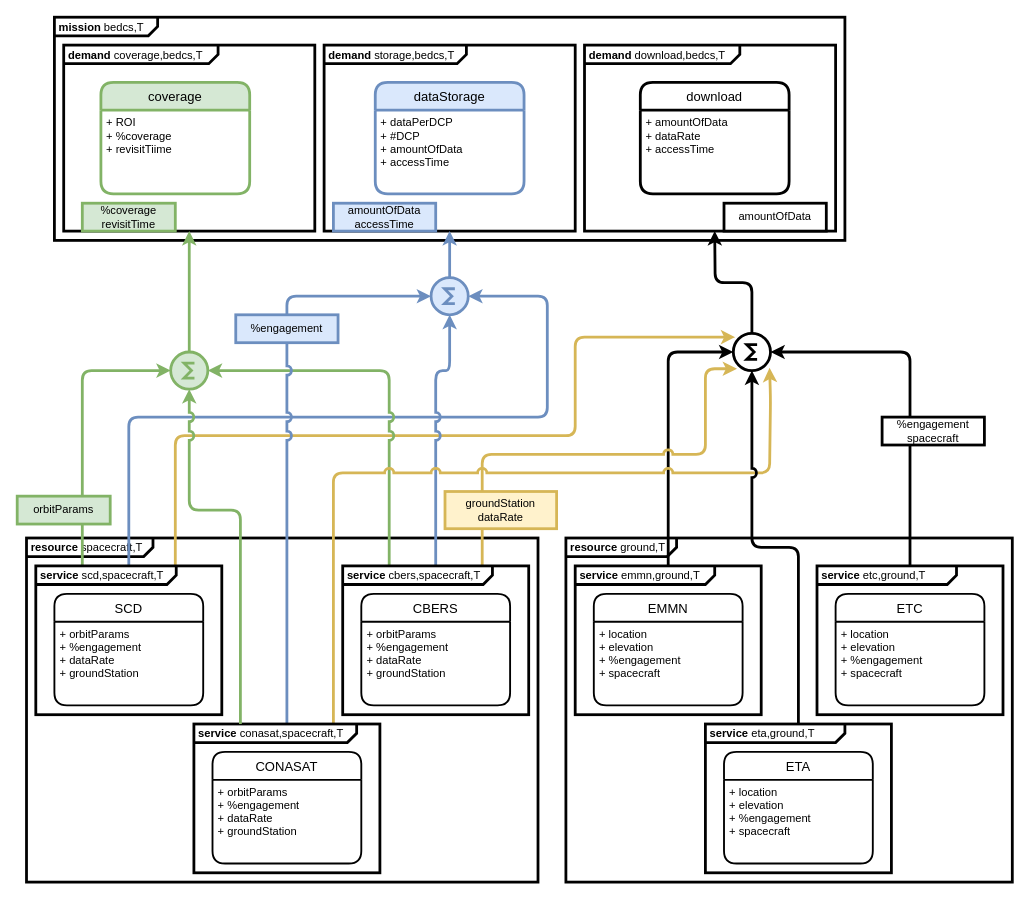
This is page "bedcs" (2 of 2) of resourceServiceDemandsMission.drawio from clgbatista/phdModelling, a draw.io file, before an edit. Source tidied: cells renumbered, new cells numbered last; positions are measured from the earlier drawing's top-left corner, leaving out a move shared by most shapes. Both pictures are drawn from the tidied source at 93%, with x=0, y=0 at pixel (17, 17).
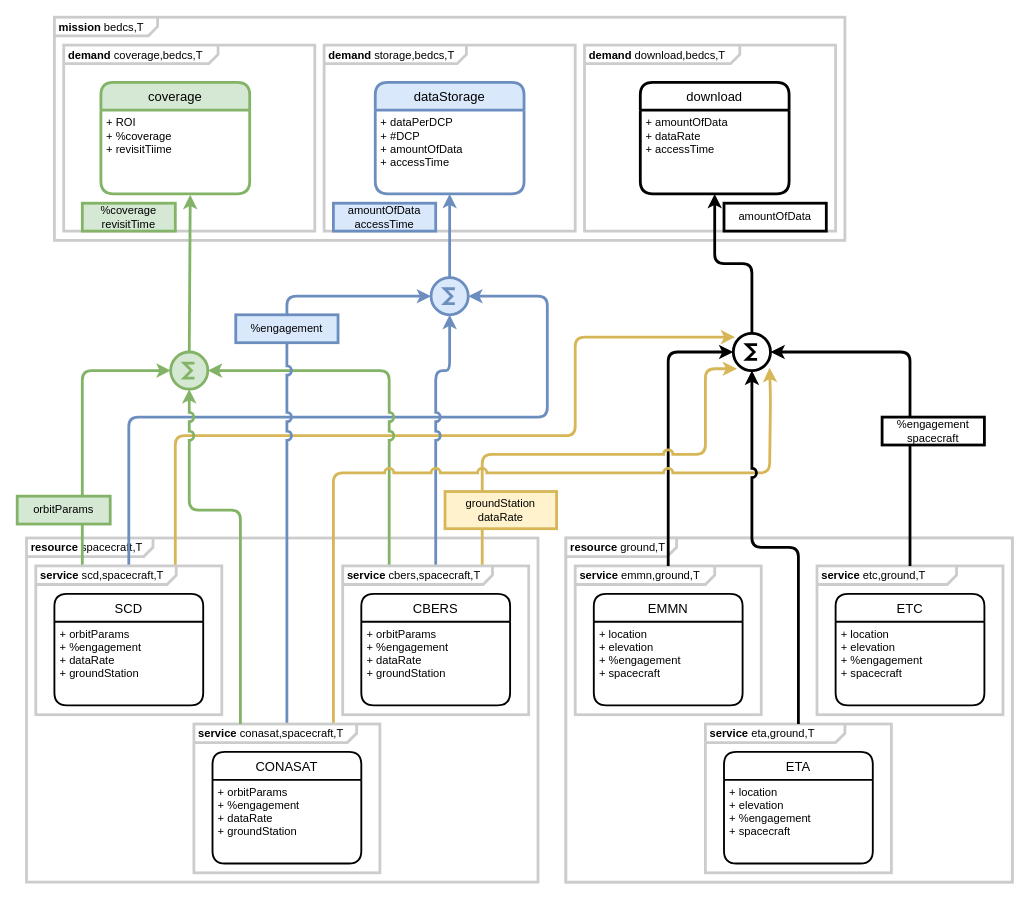
The same diagram, later.

Unchanged cells that the change refers to:
```xml
<mxCell id="32" value="dataStorage" style="swimlane;horizontal=1;startSize=30;rounded=1;fontSize=14;fontStyle=0;strokeWidth=3;shadow=0;dashed=0;align=center;fillColor=#dae8fc;strokeColor=#6c8ebf;" parent="1" vertex="1">
  <mxGeometry x="385" y="70" width="160" height="120" as="geometry" />
</mxCell>
<mxCell id="35" value="+ amountOfData&#10;+ dataRate&#10;+ accessTime" style="align=left;strokeColor=none;fillColor=none;spacingLeft=4;fontSize=12;verticalAlign=top;strokeWidth=3;" parent="34" vertex="1">
  <mxGeometry y="30" width="160" height="90" as="geometry" />
</mxCell>
<mxCell id="43" style="verticalLabelPosition=bottom;shadow=0;dashed=0;align=center;html=1;verticalAlign=top;shape=mxgraph.electrical.abstract.sum;strokeWidth=3;fillColor=#d5e8d4;strokeColor=#82b366;" parent="1" vertex="1">
  <mxGeometry x="165" y="360" width="40" height="40" as="geometry" />
</mxCell>
<mxCell id="45" style="verticalLabelPosition=bottom;shadow=0;dashed=0;align=center;html=1;verticalAlign=top;shape=mxgraph.electrical.abstract.sum;strokeWidth=3;fillColor=#dae8fc;strokeColor=#6c8ebf;" parent="1" vertex="1">
  <mxGeometry x="445" y="280" width="40" height="40" as="geometry" />
</mxCell>
<mxCell id="48" style="verticalLabelPosition=bottom;shadow=0;dashed=0;align=center;html=1;verticalAlign=top;shape=mxgraph.electrical.abstract.sum;strokeWidth=3;fillColor=#FFFFFF;strokeColor=#000000;" parent="1" vertex="1">
  <mxGeometry x="770" y="340" width="40" height="40" as="geometry" />
</mxCell>
<mxCell id="56" value="+ ROI&#10;+ %coverage&#10;+ revisitTiime" style="align=left;strokeColor=none;fillColor=none;spacingLeft=4;fontSize=12;verticalAlign=top;strokeWidth=3;" parent="55" vertex="1">
  <mxGeometry y="30" width="160" height="90" as="geometry" />
</mxCell>
```

Change to the diagram source:
```diff
@@
-    <mxCell id="2" style="group;strokeWidth=3;" parent="1" vertex="1">
+    <mxCell id="2" style="group;strokeWidth=3;strokeColor=#CCCCCC;fillColor=none;" parent="1" vertex="1">
       <mxGeometry x="590" y="560" width="480" height="370" as="geometry" />
     </mxCell>
-    <mxCell id="3" value="&lt;p style=&quot;margin:0px;margin-top:4px;margin-left:5px;text-align:left;&quot;&gt;&lt;b&gt;resource&lt;/b&gt;&amp;nbsp;ground,T&lt;/p&gt;" style="html=1;shape=mxgraph.sysml.package;overflow=fill;labelX=119;align=left;spacingLeft=5;verticalAlign=top;spacingTop=-3;strokeWidth=3;" parent="2" vertex="1">
+    <mxCell id="3" value="&lt;p style=&quot;margin:0px;margin-top:4px;margin-left:5px;text-align:left;&quot;&gt;&lt;b&gt;resource&lt;/b&gt;&amp;nbsp;ground,T&lt;/p&gt;" style="html=1;shape=mxgraph.sysml.package;overflow=fill;labelX=119;align=left;spacingLeft=5;verticalAlign=top;spacingTop=-3;strokeWidth=3;strokeColor=#CCCCCC;" parent="2" vertex="1">
       <mxGeometry width="480" height="370" as="geometry" />
     </mxCell>
-    <mxCell id="4" value="&lt;p style=&quot;margin:0px;margin-top:4px;margin-left:5px;text-align:left;&quot;&gt;&lt;b&gt;service&lt;/b&gt;&amp;nbsp;emmn,ground,T&lt;/p&gt;" style="html=1;shape=mxgraph.sysml.package;overflow=fill;labelX=150;align=left;spacingLeft=5;verticalAlign=top;spacingTop=-3;strokeWidth=3;" parent="2" vertex="1">
+    <mxCell id="4" value="&lt;p style=&quot;margin:0px;margin-top:4px;margin-left:5px;text-align:left;&quot;&gt;&lt;b&gt;service&lt;/b&gt;&amp;nbsp;emmn,ground,T&lt;/p&gt;" style="html=1;shape=mxgraph.sysml.package;overflow=fill;labelX=150;align=left;spacingLeft=5;verticalAlign=top;spacingTop=-3;strokeWidth=3;strokeColor=#CCCCCC;" parent="2" vertex="1">
       <mxGeometry x="10" y="30" width="200" height="160" as="geometry" />
     </mxCell>
-    <mxCell id="5" value="&lt;p style=&quot;margin:0px;margin-top:4px;margin-left:5px;text-align:left;&quot;&gt;&lt;b&gt;service&lt;/b&gt;&amp;nbsp;etc,ground,T&lt;/p&gt;" style="html=1;shape=mxgraph.sysml.package;overflow=fill;labelX=150;align=left;spacingLeft=5;verticalAlign=top;spacingTop=-3;strokeWidth=3;" parent="2" vertex="1">
+    <mxCell id="5" value="&lt;p style=&quot;margin:0px;margin-top:4px;margin-left:5px;text-align:left;&quot;&gt;&lt;b&gt;service&lt;/b&gt;&amp;nbsp;etc,ground,T&lt;/p&gt;" style="html=1;shape=mxgraph.sysml.package;overflow=fill;labelX=150;align=left;spacingLeft=5;verticalAlign=top;spacingTop=-3;strokeWidth=3;strokeColor=#CCCCCC;" parent="2" vertex="1">
       <mxGeometry x="270" y="30" width="200" height="160" as="geometry" />
     </mxCell>
-    <mxCell id="6" value="&lt;p style=&quot;margin:0px;margin-top:4px;margin-left:5px;text-align:left;&quot;&gt;&lt;b&gt;service&lt;/b&gt;&amp;nbsp;eta,ground,T&lt;/p&gt;" style="html=1;shape=mxgraph.sysml.package;overflow=fill;labelX=150;align=left;spacingLeft=5;verticalAlign=top;spacingTop=-3;strokeWidth=3;" parent="2" vertex="1">
+    <mxCell id="6" value="&lt;p style=&quot;margin:0px;margin-top:4px;margin-left:5px;text-align:left;&quot;&gt;&lt;b&gt;service&lt;/b&gt;&amp;nbsp;eta,ground,T&lt;/p&gt;" style="html=1;shape=mxgraph.sysml.package;overflow=fill;labelX=150;align=left;spacingLeft=5;verticalAlign=top;spacingTop=-3;strokeWidth=3;strokeColor=#CCCCCC;" parent="2" vertex="1">
       <mxGeometry x="150" y="200" width="200" height="160" as="geometry" />
     </mxCell>
@@
-    <mxCell id="13" value="&lt;p style=&quot;margin:0px;margin-top:4px;margin-left:5px;text-align:left;&quot;&gt;&lt;b&gt;mission&amp;nbsp;&lt;/b&gt;bedcs,T&lt;/p&gt;" style="html=1;shape=mxgraph.sysml.package;overflow=fill;labelX=111;align=left;spacingLeft=5;verticalAlign=top;spacingTop=-3;strokeWidth=3;" parent="1" vertex="1">
+    <mxCell id="13" value="&lt;p style=&quot;margin:0px;margin-top:4px;margin-left:5px;text-align:left;&quot;&gt;&lt;b&gt;mission&amp;nbsp;&lt;/b&gt;bedcs,T&lt;/p&gt;" style="html=1;shape=mxgraph.sysml.package;overflow=fill;labelX=111;align=left;spacingLeft=5;verticalAlign=top;spacingTop=-3;strokeWidth=3;strokeColor=#CCCCCC;" parent="1" vertex="1">
       <mxGeometry x="40" width="850" height="240" as="geometry" />
     </mxCell>
-    <mxCell id="14" value="&lt;p style=&quot;margin:0px;margin-top:4px;margin-left:5px;text-align:left;&quot;&gt;&lt;b&gt;demand&lt;/b&gt;&amp;nbsp;coverage,bedcs,T&lt;/p&gt;" style="html=1;shape=mxgraph.sysml.package;overflow=fill;labelX=166;align=left;spacingLeft=5;verticalAlign=top;spacingTop=-3;strokeWidth=3;" parent="1" vertex="1">
+    <mxCell id="14" value="&lt;p style=&quot;margin:0px;margin-top:4px;margin-left:5px;text-align:left;&quot;&gt;&lt;b&gt;demand&lt;/b&gt;&amp;nbsp;coverage,bedcs,T&lt;/p&gt;" style="html=1;shape=mxgraph.sysml.package;overflow=fill;labelX=166;align=left;spacingLeft=5;verticalAlign=top;spacingTop=-3;strokeWidth=3;strokeColor=#CCCCCC;" parent="1" vertex="1">
       <mxGeometry x="50" y="30" width="270" height="200" as="geometry" />
     </mxCell>
-    <mxCell id="15" value="&lt;p style=&quot;margin:0px;margin-top:4px;margin-left:5px;text-align:left;&quot;&gt;&lt;b&gt;resource&lt;/b&gt;&amp;nbsp;spacecraft,T&lt;/p&gt;" style="html=1;shape=mxgraph.sysml.package;overflow=fill;labelX=136;align=left;spacingLeft=5;verticalAlign=top;spacingTop=-3;strokeWidth=3;" parent="1" vertex="1">
+    <mxCell id="15" value="&lt;p style=&quot;margin:0px;margin-top:4px;margin-left:5px;text-align:left;&quot;&gt;&lt;b&gt;resource&lt;/b&gt;&amp;nbsp;spacecraft,T&lt;/p&gt;" style="html=1;shape=mxgraph.sysml.package;overflow=fill;labelX=136;align=left;spacingLeft=5;verticalAlign=top;spacingTop=-3;strokeWidth=3;strokeColor=#CCCCCC;" parent="1" vertex="1">
       <mxGeometry x="10" y="560" width="550" height="370" as="geometry" />
     </mxCell>
@@
-    <mxCell id="19" value="&lt;p style=&quot;margin:0px;margin-top:4px;margin-left:5px;text-align:left;&quot;&gt;&lt;b&gt;service&lt;/b&gt;&amp;nbsp;scd,spacecraft,T&lt;/p&gt;" style="html=1;shape=mxgraph.sysml.package;overflow=fill;labelX=151;align=left;spacingLeft=5;verticalAlign=top;spacingTop=-3;strokeWidth=3;" parent="1" vertex="1">
+    <mxCell id="19" value="&lt;p style=&quot;margin:0px;margin-top:4px;margin-left:5px;text-align:left;&quot;&gt;&lt;b&gt;service&lt;/b&gt;&amp;nbsp;scd,spacecraft,T&lt;/p&gt;" style="html=1;shape=mxgraph.sysml.package;overflow=fill;labelX=151;align=left;spacingLeft=5;verticalAlign=top;spacingTop=-3;strokeWidth=3;strokeColor=#CCCCCC;" parent="1" vertex="1">
       <mxGeometry x="20" y="590" width="200" height="160" as="geometry" />
     </mxCell>
-    <mxCell id="20" value="&lt;p style=&quot;margin:0px;margin-top:4px;margin-left:5px;text-align:left;&quot;&gt;&lt;b&gt;demand&lt;/b&gt;&amp;nbsp;storage,bedcs,T&lt;/p&gt;" style="html=1;shape=mxgraph.sysml.package;overflow=fill;labelX=153;align=left;spacingLeft=5;verticalAlign=top;spacingTop=-3;strokeWidth=3;" parent="1" vertex="1">
+    <mxCell id="20" value="&lt;p style=&quot;margin:0px;margin-top:4px;margin-left:5px;text-align:left;&quot;&gt;&lt;b&gt;demand&lt;/b&gt;&amp;nbsp;storage,bedcs,T&lt;/p&gt;" style="html=1;shape=mxgraph.sysml.package;overflow=fill;labelX=153;align=left;spacingLeft=5;verticalAlign=top;spacingTop=-3;strokeWidth=3;strokeColor=#CCCCCC;" parent="1" vertex="1">
       <mxGeometry x="330" y="30" width="270" height="200" as="geometry" />
     </mxCell>
@@
-    <mxCell id="22" value="&lt;p style=&quot;margin:0px;margin-top:4px;margin-left:5px;text-align:left;&quot;&gt;&lt;b&gt;demand&lt;/b&gt;&amp;nbsp;download,bedcs,T&lt;/p&gt;" style="html=1;shape=mxgraph.sysml.package;overflow=fill;labelX=167;align=left;spacingLeft=5;verticalAlign=top;spacingTop=-3;strokeWidth=3;" parent="1" vertex="1">
+    <mxCell id="22" value="&lt;p style=&quot;margin:0px;margin-top:4px;margin-left:5px;text-align:left;&quot;&gt;&lt;b&gt;demand&lt;/b&gt;&amp;nbsp;download,bedcs,T&lt;/p&gt;" style="html=1;shape=mxgraph.sysml.package;overflow=fill;labelX=167;align=left;spacingLeft=5;verticalAlign=top;spacingTop=-3;strokeWidth=3;strokeColor=#CCCCCC;" parent="1" vertex="1">
       <mxGeometry x="610" y="30" width="270" height="200" as="geometry" />
     </mxCell>
@@
-    <mxCell id="26" value="&lt;p style=&quot;margin:0px;margin-top:4px;margin-left:5px;text-align:left;&quot;&gt;&lt;b&gt;service&lt;/b&gt;&amp;nbsp;cbers,spacecraft,T&lt;/p&gt;" style="html=1;shape=mxgraph.sysml.package;overflow=fill;labelX=161;align=left;spacingLeft=5;verticalAlign=top;spacingTop=-3;strokeWidth=3;" parent="1" vertex="1">
+    <mxCell id="26" value="&lt;p style=&quot;margin:0px;margin-top:4px;margin-left:5px;text-align:left;&quot;&gt;&lt;b&gt;service&lt;/b&gt;&amp;nbsp;cbers,spacecraft,T&lt;/p&gt;" style="html=1;shape=mxgraph.sysml.package;overflow=fill;labelX=161;align=left;spacingLeft=5;verticalAlign=top;spacingTop=-3;strokeWidth=3;strokeColor=#CCCCCC;" parent="1" vertex="1">
       <mxGeometry x="350" y="590" width="200" height="160" as="geometry" />
     </mxCell>
@@
-    <mxCell id="29" value="&lt;p style=&quot;margin:0px;margin-top:4px;margin-left:5px;text-align:left;&quot;&gt;&lt;b&gt;service&lt;/b&gt;&amp;nbsp;conasat,spacecraft,T&lt;/p&gt;" style="html=1;shape=mxgraph.sysml.package;overflow=fill;labelX=175;align=left;spacingLeft=5;verticalAlign=top;spacingTop=-3;strokeWidth=3;" parent="1" vertex="1">
+    <mxCell id="29" value="&lt;p style=&quot;margin:0px;margin-top:4px;margin-left:5px;text-align:left;&quot;&gt;&lt;b&gt;service&lt;/b&gt;&amp;nbsp;conasat,spacecraft,T&lt;/p&gt;" style="html=1;shape=mxgraph.sysml.package;overflow=fill;labelX=175;align=left;spacingLeft=5;verticalAlign=top;spacingTop=-3;strokeWidth=3;strokeColor=#CCCCCC;" parent="1" vertex="1">
       <mxGeometry x="190" y="760" width="200" height="160" as="geometry" />
     </mxCell>
@@
-    <mxCell id="42" style="edgeStyle=orthogonalEdgeStyle;jettySize=auto;html=1;exitX=0.5;exitY=0;exitDx=0;exitDy=0;exitPerimeter=0;entryX=0.5;entryY=1;entryDx=0;entryDy=0;entryPerimeter=0;strokeWidth=3;fillColor=#d5e8d4;strokeColor=#82b366;jumpStyle=arc;rounded=1;" parent="1" edge="1" source="43" target="14">
+    <mxCell id="42" style="edgeStyle=orthogonalEdgeStyle;jettySize=auto;html=1;exitX=0.5;exitY=0;exitDx=0;exitDy=0;exitPerimeter=0;entryX=0.6;entryY=1.011;entryDx=0;entryDy=0;entryPerimeter=0;strokeWidth=3;fillColor=#d5e8d4;strokeColor=#82b366;jumpStyle=arc;rounded=1;" parent="1" edge="1" source="43" target="56">
       <mxGeometry relative="1" as="geometry" />
     </mxCell>
@@
-    <mxCell id="44" style="edgeStyle=orthogonalEdgeStyle;rounded=1;jumpStyle=arc;jettySize=auto;html=1;exitX=0.5;exitY=0;exitDx=0;exitDy=0;exitPerimeter=0;entryX=0.5;entryY=1;entryDx=0;entryDy=0;strokeWidth=3;fillColor=#dae8fc;strokeColor=#6c8ebf;entryPerimeter=0;" parent="1" edge="1" source="45" target="20">
+    <mxCell id="44" style="edgeStyle=orthogonalEdgeStyle;rounded=1;jumpStyle=arc;jettySize=auto;html=1;exitX=0.5;exitY=0;exitDx=0;exitDy=0;exitPerimeter=0;entryX=0.5;entryY=1;entryDx=0;entryDy=0;strokeWidth=3;fillColor=#dae8fc;strokeColor=#6c8ebf;" parent="1" edge="1" source="45" target="32">
       <mxGeometry relative="1" as="geometry" />
     </mxCell>
@@
-    <mxCell id="47" style="edgeStyle=orthogonalEdgeStyle;rounded=1;jumpStyle=arc;jettySize=auto;html=1;exitX=0.5;exitY=0;exitDx=0;exitDy=0;exitPerimeter=0;strokeWidth=3;strokeColor=#000000;" parent="1" edge="1" source="48">
-      <mxGeometry relative="1" as="geometry">
-        <mxPoint x="750" y="230" as="targetPoint" />
-      </mxGeometry>
+    <mxCell id="47" style="edgeStyle=orthogonalEdgeStyle;rounded=1;jumpStyle=arc;jettySize=auto;html=1;exitX=0.5;exitY=0;exitDx=0;exitDy=0;exitPerimeter=0;strokeWidth=3;strokeColor=#000000;entryX=0.5;entryY=1;entryDx=0;entryDy=0;" parent="1" edge="1" source="48" target="35">
+      <mxGeometry relative="1" as="geometry" />
     </mxCell>
```
